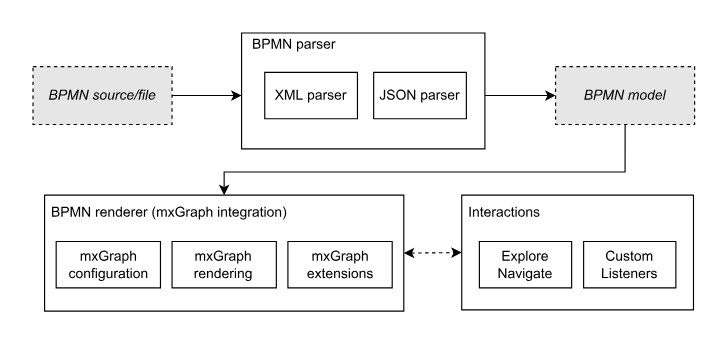
The draw.io diagram docs/users/architecture/images/architecture/architecture-overview.svg in process-analytics/bpmn-visualization-js, before a commit. Source tidied: cells renumbered, new cells last; positions are measured from the earlier drawing's top-left corner, leaving out a move shared by most shapes.
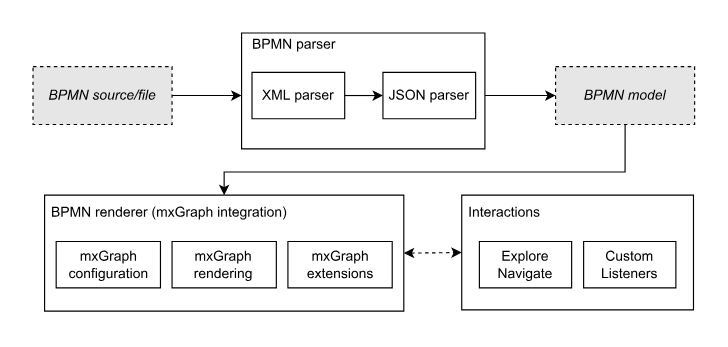
After the commit.

Commit message:
schema: add arrow inside bpmn parser

What changed in the source:
```diff
@@ -73,16 +73,19 @@
       <mxGeometry x="180" width="210" height="100" as="geometry" />
     </mxCell>
     <mxCell id="22" value="XML parser" style="rounded=0;whiteSpace=wrap;html=1;fillColor=#FFFFFF;" parent="1" vertex="1">
-      <mxGeometry x="200" y="34" width="80" height="40" as="geometry" />
+      <mxGeometry x="189" y="34" width="80" height="40" as="geometry" />
     </mxCell>
     <mxCell id="23" value="BPMN parser" style="text;html=1;align=center;verticalAlign=middle;fillColor=none;strokeColor=none;rounded=0;" parent="1" vertex="1">
       <mxGeometry x="180" width="90" height="20" as="geometry" />
     </mxCell>
     <mxCell id="24" value="JSON parser" style="rounded=0;whiteSpace=wrap;html=1;fillColor=#FFFFFF;" parent="1" vertex="1">
-      <mxGeometry x="294" y="34" width="80" height="40" as="geometry" />
+      <mxGeometry x="302" y="34" width="80" height="40" as="geometry" />
     </mxCell>
     <mxCell id="25" style="endArrow=classic;startArrow=classic;html=1;rounded=0;dashed=1;endSize=6;strokeWidth=1;entryX=0;entryY=0.5;entryDx=0;entryDy=0;exitX=1;exitY=0.5;exitDx=0;exitDy=0;" parent="1" edge="1" source="6" target="16">
       <mxGeometry relative="1" as="geometry" />
     </mxCell>
+    <mxCell id="26" style="endArrow=classic;startArrow=none;html=1;rounded=0;entryX=0;entryY=0.5;entryDx=0;entryDy=0;startFill=0;" parent="1" edge="1" source="22" target="24">
+      <mxGeometry relative="1" as="geometry" />
+    </mxCell>
   </root>
 </mxGraphModel>
```
